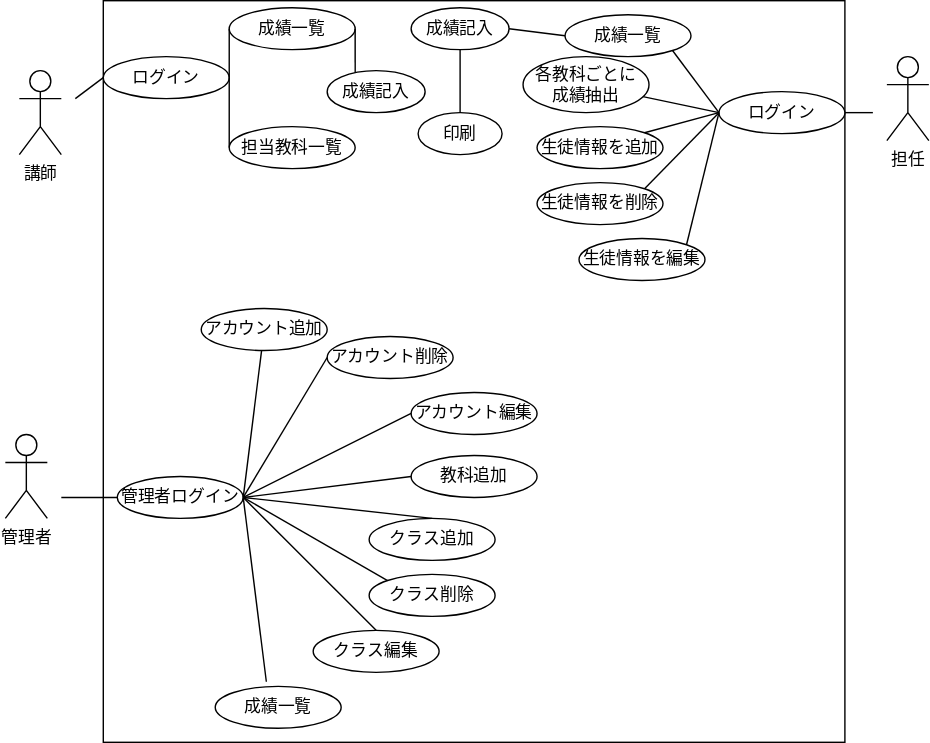
Above: a.drawio.svg in nakamachiJP/uml-introduction (draw.io), before the change. Source tidied: cells renumbered, new cells last; positions are measured from the earlier drawing's top-left corner, leaving out a move shared by most shapes.
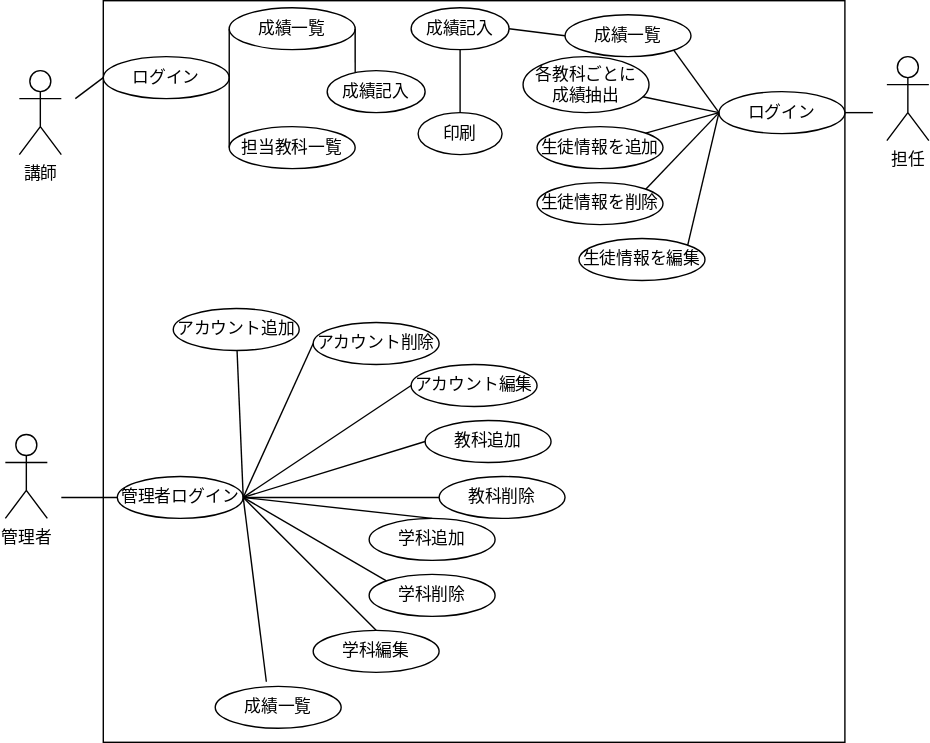
After the commit.

What changed in the source:
```diff
@@ -26,16 +26,16 @@
       </mxGeometry>
     </mxCell>
     <mxCell id="9" value="アカウント追加" style="ellipse;whiteSpace=wrap;html=1;" parent="1" vertex="1">
-      <mxGeometry x="140" y="220" width="90" height="30" as="geometry" />
+      <mxGeometry x="120" y="220" width="90" height="30" as="geometry" />
     </mxCell>
     <mxCell id="10" value="アカウント削除" style="ellipse;whiteSpace=wrap;html=1;" parent="1" vertex="1">
-      <mxGeometry x="230" y="240" width="90" height="30" as="geometry" />
+      <mxGeometry x="220" y="230" width="90" height="30" as="geometry" />
     </mxCell>
     <mxCell id="11" value="アカウント編集" style="ellipse;whiteSpace=wrap;html=1;" parent="1" vertex="1">
-      <mxGeometry x="290" y="280" width="90" height="30" as="geometry" />
+      <mxGeometry x="290" y="260" width="90" height="30" as="geometry" />
     </mxCell>
     <mxCell id="12" value="教科追加" style="ellipse;whiteSpace=wrap;html=1;" parent="1" vertex="1">
-      <mxGeometry x="290" y="325" width="90" height="30" as="geometry" />
+      <mxGeometry x="300" y="300" width="90" height="30" as="geometry" />
     </mxCell>
     <mxCell id="13" value="生徒情報を追加" style="ellipse;whiteSpace=wrap;html=1;" parent="1" vertex="1">
       <mxGeometry x="380" y="90" width="90" height="30" as="geometry" />
@@ -86,7 +86,7 @@
     <mxCell id="27" value="生徒情報を編集" style="ellipse;whiteSpace=wrap;html=1;" parent="1" vertex="1">
       <mxGeometry x="410" y="170" width="90" height="30" as="geometry" />
     </mxCell>
-    <mxCell id="28" value="クラス追加" style="ellipse;whiteSpace=wrap;html=1;" parent="1" vertex="1">
+    <mxCell id="28" value="学科追加" style="ellipse;whiteSpace=wrap;html=1;" parent="1" vertex="1">
       <mxGeometry x="260" y="370" width="90" height="30" as="geometry" />
     </mxCell>
     <mxCell id="29" style="endArrow=none;html=1;entryX=0;entryY=0.5;entryDx=0;entryDy=0;exitX=1;exitY=0.5;exitDx=0;exitDy=0;" parent="1" edge="1" source="7" target="12">
@@ -95,10 +95,10 @@
     <mxCell id="30" style="endArrow=none;html=1;entryX=0.5;entryY=0;entryDx=0;entryDy=0;exitX=1;exitY=0.5;exitDx=0;exitDy=0;" parent="1" edge="1" source="7" target="28">
       <mxGeometry relative="1" as="geometry" />
     </mxCell>
-    <mxCell id="31" value="クラス削除" style="ellipse;whiteSpace=wrap;html=1;" parent="1" vertex="1">
+    <mxCell id="31" value="学科削除" style="ellipse;whiteSpace=wrap;html=1;" parent="1" vertex="1">
       <mxGeometry x="260" y="410" width="90" height="30" as="geometry" />
     </mxCell>
-    <mxCell id="32" value="クラス編集" style="ellipse;whiteSpace=wrap;html=1;" parent="1" vertex="1">
+    <mxCell id="32" value="学科編集" style="ellipse;whiteSpace=wrap;html=1;" parent="1" vertex="1">
       <mxGeometry x="220" y="450" width="90" height="30" as="geometry" />
     </mxCell>
     <mxCell id="33" style="endArrow=none;html=1;exitX=1;exitY=0.5;exitDx=0;exitDy=0;entryX=0;entryY=0;entryDx=0;entryDy=0;" parent="1" edge="1" source="7" target="31">
@@ -146,5 +146,11 @@
     <mxCell id="47" style="endArrow=none;html=1;exitX=0.5;exitY=0;exitDx=0;exitDy=0;entryX=0.5;entryY=1;entryDx=0;entryDy=0;" parent="1" edge="1" source="46" target="44">
       <mxGeometry relative="1" as="geometry" />
     </mxCell>
+    <mxCell id="48" value="教科削除" style="ellipse;whiteSpace=wrap;html=1;" parent="1" vertex="1">
+      <mxGeometry x="310" y="340" width="90" height="30" as="geometry" />
+    </mxCell>
+    <mxCell id="49" style="endArrow=none;html=1;entryX=0;entryY=0.5;entryDx=0;entryDy=0;exitX=1;exitY=0.5;exitDx=0;exitDy=0;" parent="1" edge="1" source="7" target="48">
+      <mxGeometry relative="1" as="geometry" />
+    </mxCell>
   </root>
 </mxGraphModel>
```
